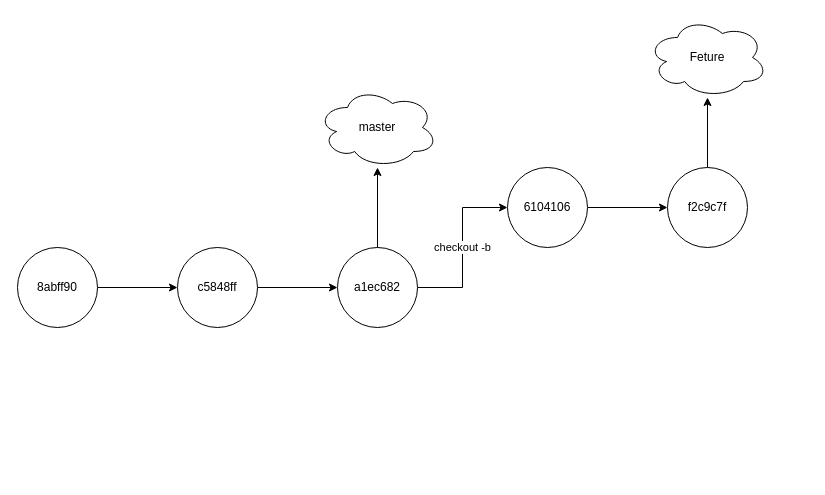
The draw.io diagram draw-io/git/git_branch_merge.dio in xiao2shiqi/pro_developer, before the edit. Source tidied: cells renumbered, new cells numbered last; positions are measured from the earlier drawing's top-left corner, leaving out a move shared by most shapes. Both pictures are drawn from the tidied source at 100%, with x=0, y=0 at pixel (17, 17).
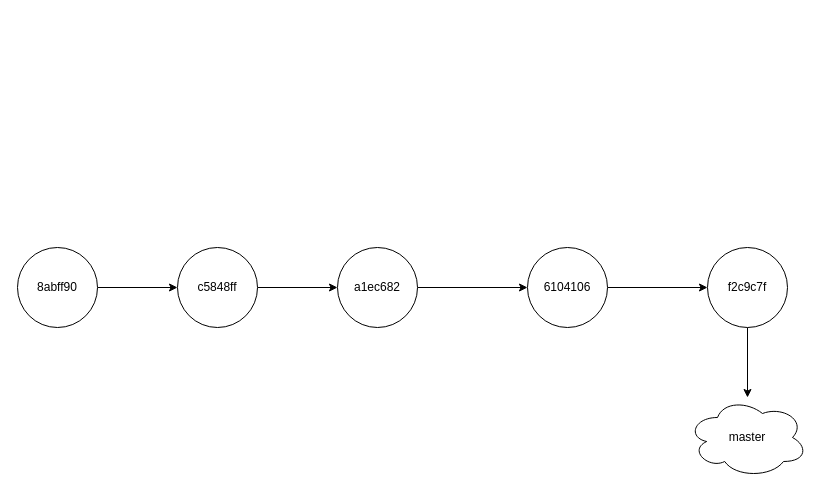
After the change.

Commit message (it also covers changes not shown here):
update fast-forward

The edit, as a diff of the source:
```diff
@@
 <mxGraphModel>
   <root>
     <mxCell id="0" />
     <mxCell id="1" parent="0" />
     <mxCell id="2" style="edgeStyle=orthogonalEdgeStyle;rounded=0;jettySize=auto;html=1;" parent="1" edge="1" source="3" target="5">
       <mxGeometry relative="1" as="geometry" />
     </mxCell>
     <mxCell id="3" value="8abff90" style="ellipse;whiteSpace=wrap;html=1;" parent="1" vertex="1">
       <mxGeometry y="230" width="80" height="80" as="geometry" />
     </mxCell>
     <mxCell id="4" style="edgeStyle=orthogonalEdgeStyle;rounded=0;jettySize=auto;html=1;" parent="1" edge="1" source="5" target="8">
       <mxGeometry relative="1" as="geometry" />
     </mxCell>
     <mxCell id="5" value="c5848ff" style="ellipse;whiteSpace=wrap;html=1;" parent="1" vertex="1">
       <mxGeometry x="160" y="230" width="80" height="80" as="geometry" />
     </mxCell>
-    <mxCell id="6" style="edgeStyle=orthogonalEdgeStyle;rounded=0;jettySize=auto;html=1;" parent="1" edge="1" source="8" target="9">
+    <mxCell id="6" style="edgeStyle=orthogonalEdgeStyle;rounded=0;jettySize=auto;html=1;" parent="1" edge="1" source="14" target="9">
       <mxGeometry relative="1" as="geometry" />
     </mxCell>
-    <mxCell id="7" value="checkout -b" style="edgeStyle=orthogonalEdgeStyle;rounded=0;jettySize=auto;html=1;" parent="1" edge="1" source="8" target="12">
+    <mxCell id="7" style="edgeStyle=orthogonalEdgeStyle;rounded=0;jettySize=auto;html=1;" parent="1" edge="1" source="8" target="12">
       <mxGeometry relative="1" as="geometry" />
     </mxCell>
     <mxCell id="8" value="a1ec682" style="ellipse;whiteSpace=wrap;html=1;" parent="1" vertex="1">
       <mxGeometry x="320" y="230" width="80" height="80" as="geometry" />
     </mxCell>
     <mxCell id="9" value="master" style="ellipse;shape=cloud;whiteSpace=wrap;html=1;" parent="1" vertex="1">
-      <mxGeometry x="300" y="70" width="120" height="80" as="geometry" />
+      <mxGeometry x="670" y="380" width="120" height="80" as="geometry" />
     </mxCell>
-    <mxCell id="10" style="edgeStyle=orthogonalEdgeStyle;rounded=0;jettySize=auto;html=1;" parent="1" edge="1" source="14" target="13">
-      <mxGeometry relative="1" as="geometry" />
-    </mxCell>
     <mxCell id="11" style="edgeStyle=orthogonalEdgeStyle;rounded=0;jettySize=auto;html=1;" parent="1" edge="1" source="12" target="14">
       <mxGeometry relative="1" as="geometry" />
     </mxCell>
     <mxCell id="12" value="6104106" style="ellipse;whiteSpace=wrap;html=1;" parent="1" vertex="1">
-      <mxGeometry x="490" y="150" width="80" height="80" as="geometry" />
+      <mxGeometry x="510" y="230" width="80" height="80" as="geometry" />
     </mxCell>
-    <mxCell id="13" value="Feture" style="ellipse;shape=cloud;whiteSpace=wrap;html=1;" parent="1" vertex="1">
-      <mxGeometry x="630" width="120" height="80" as="geometry" />
-    </mxCell>
     <mxCell id="14" value="f2c9c7f" style="ellipse;whiteSpace=wrap;html=1;" parent="1" vertex="1">
-      <mxGeometry x="650" y="150" width="80" height="80" as="geometry" />
+      <mxGeometry x="690" y="230" width="80" height="80" as="geometry" />
     </mxCell>
   </root>
 </mxGraphModel>
```
